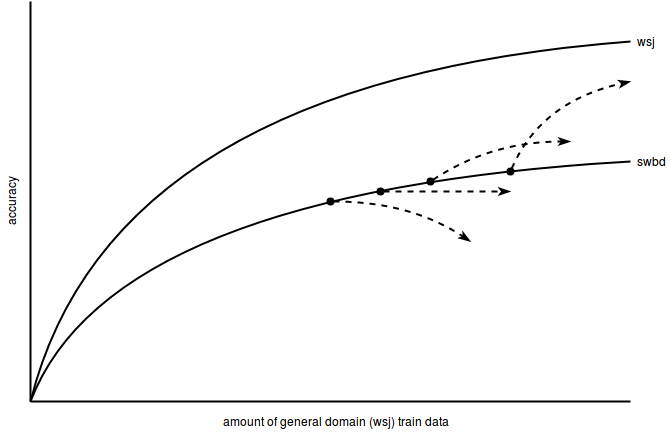
Earlier version of the draw.io export images/kaldi_ssl_da_hyp.png (obentham/kaldi-domain-adaptation-with-ssl). Source tidied: cells renumbered, new cells last; positions are measured from the earlier drawing's top-left corner, leaving out a move shared by most shapes. Source of this version:
```xml
<mxGraphModel>
  <root>
    <mxCell id="0" />
    <mxCell id="1" parent="0" />
    <mxCell id="2" style="endArrow=none;html=1;strokeWidth=2;" parent="1" edge="1">
      <mxGeometry relative="1" as="geometry">
        <mxPoint x="60" y="400" as="sourcePoint" />
        <mxPoint x="60" as="targetPoint" />
      </mxGeometry>
    </mxCell>
    <mxCell id="3" style="endArrow=none;html=1;strokeWidth=2;" parent="1" edge="1">
      <mxGeometry relative="1" as="geometry">
        <mxPoint x="60" y="400" as="sourcePoint" />
        <mxPoint x="660" y="400" as="targetPoint" />
      </mxGeometry>
    </mxCell>
    <mxCell id="4" style="endArrow=none;html=1;curved=1;strokeWidth=2;" parent="1" edge="1">
      <mxGeometry relative="1" as="geometry">
        <mxPoint x="60" y="400" as="sourcePoint" />
        <mxPoint x="660" y="40" as="targetPoint" />
        <Array as="points">
          <mxPoint x="140" y="80" />
        </Array>
      </mxGeometry>
    </mxCell>
    <mxCell id="5" style="endArrow=none;html=1;curved=1;strokeWidth=2;" parent="1" edge="1">
      <mxGeometry relative="1" as="geometry">
        <mxPoint x="60" y="400" as="sourcePoint" />
        <mxPoint x="660" y="160" as="targetPoint" />
        <Array as="points">
          <mxPoint x="140" y="190" />
        </Array>
      </mxGeometry>
    </mxCell>
    <mxCell id="6" style="endArrow=classicThin;dashed=1;html=1;strokeWidth=2;endFill=1;startArrow=oval;startFill=1;" parent="1" edge="1">
      <mxGeometry relative="1" as="geometry">
        <mxPoint x="410" y="190" as="sourcePoint" />
        <mxPoint x="540" y="190" as="targetPoint" />
      </mxGeometry>
    </mxCell>
    <mxCell id="7" style="endArrow=classicThin;dashed=1;html=1;curved=1;strokeWidth=2;endFill=1;startArrow=oval;startFill=1;" parent="1" edge="1">
      <mxGeometry relative="1" as="geometry">
        <mxPoint x="540" y="170" as="sourcePoint" />
        <mxPoint x="660" y="80" as="targetPoint" />
        <Array as="points">
          <mxPoint x="570" y="100" />
        </Array>
      </mxGeometry>
    </mxCell>
    <mxCell id="8" style="endArrow=classicThin;dashed=1;html=1;curved=1;strokeWidth=2;endFill=1;startArrow=oval;startFill=1;" parent="1" edge="1">
      <mxGeometry relative="1" as="geometry">
        <mxPoint x="460" y="180" as="sourcePoint" />
        <mxPoint x="600" y="140" as="targetPoint" />
        <Array as="points">
          <mxPoint x="520" y="140" />
        </Array>
      </mxGeometry>
    </mxCell>
    <mxCell id="9" style="endArrow=classicThin;dashed=1;html=1;curved=1;strokeWidth=2;endFill=1;startArrow=oval;startFill=1;" parent="1" edge="1">
      <mxGeometry relative="1" as="geometry">
        <mxPoint x="360" y="200" as="sourcePoint" />
        <mxPoint x="500" y="240" as="targetPoint" />
        <Array as="points">
          <mxPoint x="440" y="200" />
        </Array>
      </mxGeometry>
    </mxCell>
    <mxCell id="10" value="amount of general domain (wsj) train data" style="text;html=1;strokeColor=none;fillColor=none;align=center;verticalAlign=middle;whiteSpace=wrap;rounded=0;" parent="1" vertex="1">
      <mxGeometry x="244.5" y="410" width="240" height="20" as="geometry" />
    </mxCell>
    <mxCell id="11" value="accuracy" style="text;html=1;strokeColor=none;fillColor=none;align=center;verticalAlign=middle;whiteSpace=wrap;rounded=0;rotation=-90;" parent="1" vertex="1">
      <mxGeometry y="190" width="80" height="20" as="geometry" />
    </mxCell>
    <mxCell id="12" value="swbd" style="text;html=1;strokeColor=none;fillColor=none;align=center;verticalAlign=middle;whiteSpace=wrap;rounded=0;" parent="1" vertex="1">
      <mxGeometry x="660" y="150" width="40" height="20" as="geometry" />
    </mxCell>
    <mxCell id="13" value="wsj" style="text;html=1;strokeColor=none;fillColor=none;align=center;verticalAlign=middle;whiteSpace=wrap;rounded=0;" parent="1" vertex="1">
      <mxGeometry x="660" y="30" width="30" height="20" as="geometry" />
    </mxCell>
  </root>
</mxGraphModel>
```
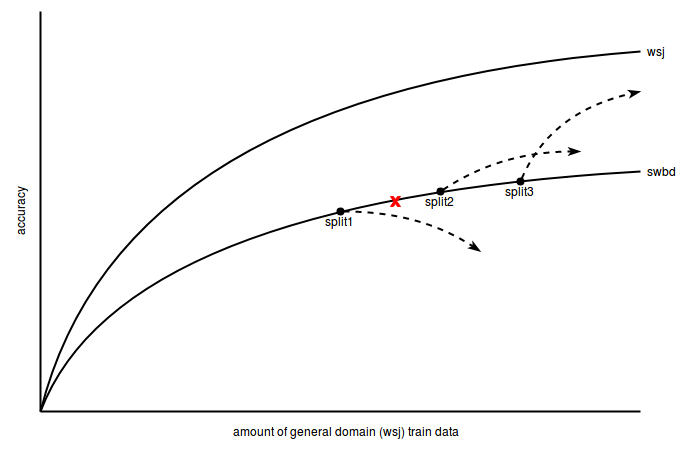
Later version of the same file.

Diff of the diagram source:
```diff
@@ -32,12 +32,6 @@
         </Array>
       </mxGeometry>
     </mxCell>
-    <mxCell id="6" style="endArrow=classicThin;dashed=1;html=1;strokeWidth=2;endFill=1;startArrow=oval;startFill=1;" parent="1" edge="1">
-      <mxGeometry relative="1" as="geometry">
-        <mxPoint x="410" y="190" as="sourcePoint" />
-        <mxPoint x="540" y="190" as="targetPoint" />
-      </mxGeometry>
-    </mxCell>
     <mxCell id="7" style="endArrow=classicThin;dashed=1;html=1;curved=1;strokeWidth=2;endFill=1;startArrow=oval;startFill=1;" parent="1" edge="1">
       <mxGeometry relative="1" as="geometry">
         <mxPoint x="540" y="170" as="sourcePoint" />
@@ -77,5 +71,17 @@
     <mxCell id="13" value="wsj" style="text;html=1;strokeColor=none;fillColor=none;align=center;verticalAlign=middle;whiteSpace=wrap;rounded=0;" parent="1" vertex="1">
       <mxGeometry x="660" y="30" width="30" height="20" as="geometry" />
     </mxCell>
+    <mxCell id="14" style="verticalLabelPosition=bottom;verticalAlign=top;html=1;shape=mxgraph.basic.x;strokeColor=#FF0000;strokeWidth=1;fillColor=#FF0000;perimeterSpacing=0;" parent="1" vertex="1">
+      <mxGeometry x="410" y="185" width="10" height="10" as="geometry" />
+    </mxCell>
+    <mxCell id="15" value="split1" style="text;html=1;strokeColor=none;fillColor=none;align=center;verticalAlign=middle;whiteSpace=wrap;rounded=0;" parent="1" vertex="1">
+      <mxGeometry x="338" y="200" width="40" height="20" as="geometry" />
+    </mxCell>
+    <mxCell id="16" value="split3" style="text;html=1;strokeColor=none;fillColor=none;align=center;verticalAlign=middle;whiteSpace=wrap;rounded=0;" parent="1" vertex="1">
+      <mxGeometry x="518" y="170" width="40" height="20" as="geometry" />
+    </mxCell>
+    <mxCell id="17" value="split2" style="text;html=1;strokeColor=none;fillColor=none;align=center;verticalAlign=middle;whiteSpace=wrap;rounded=0;" parent="1" vertex="1">
+      <mxGeometry x="438.5" y="180" width="40" height="20" as="geometry" />
+    </mxCell>
   </root>
 </mxGraphModel>
```
